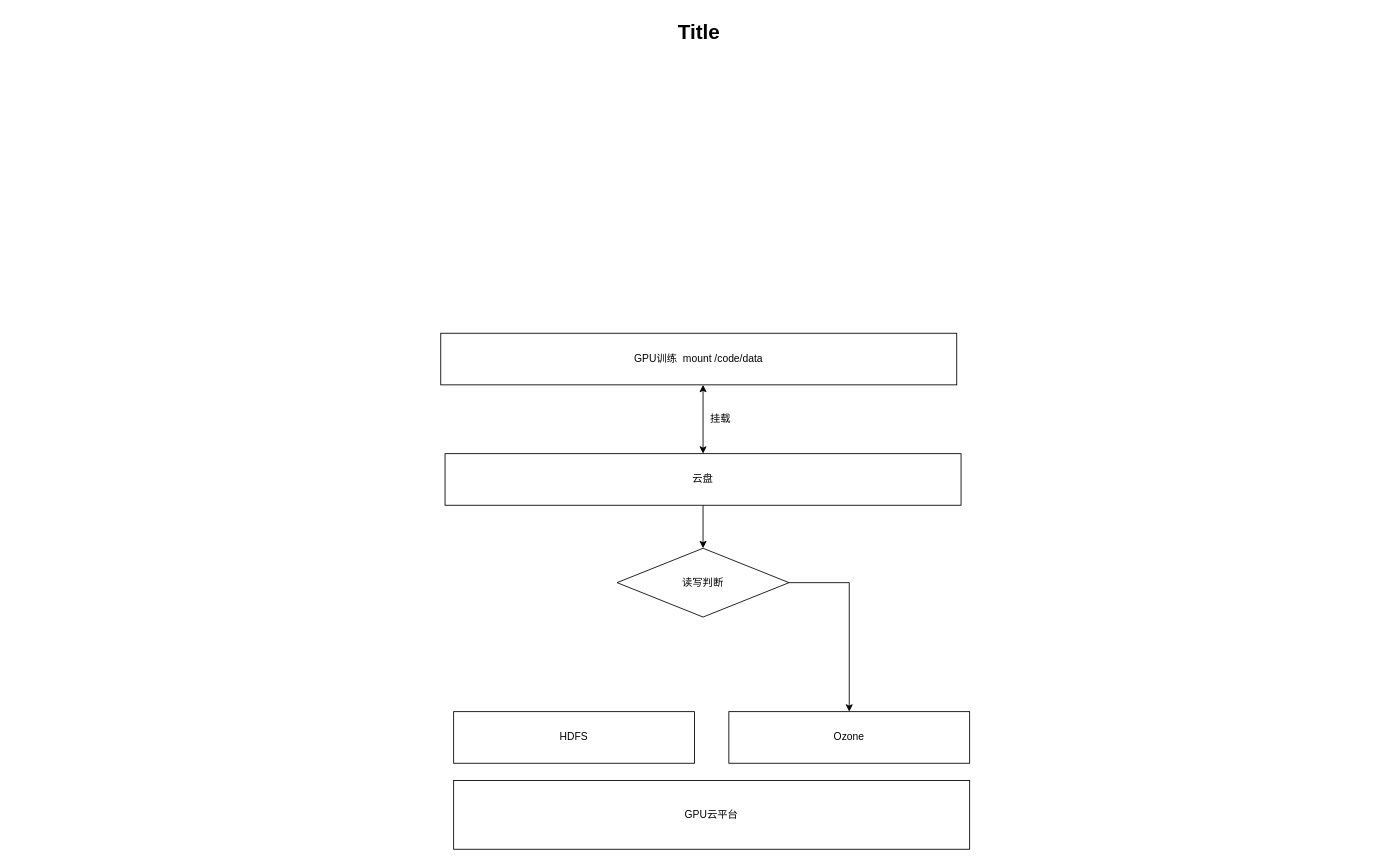
Mengqi777/drawioproject keeps this draw.io diagram as ozone/goozonefuseDiagram.drawio. Above is the earlier version. Source tidied: cells renumbered, new cells numbered last; positions are measured from the earlier drawing's top-left corner, leaving out a move shared by most shapes. Both pictures are drawn from the tidied source at 86%, with x=0, y=0 at pixel (15, 15).
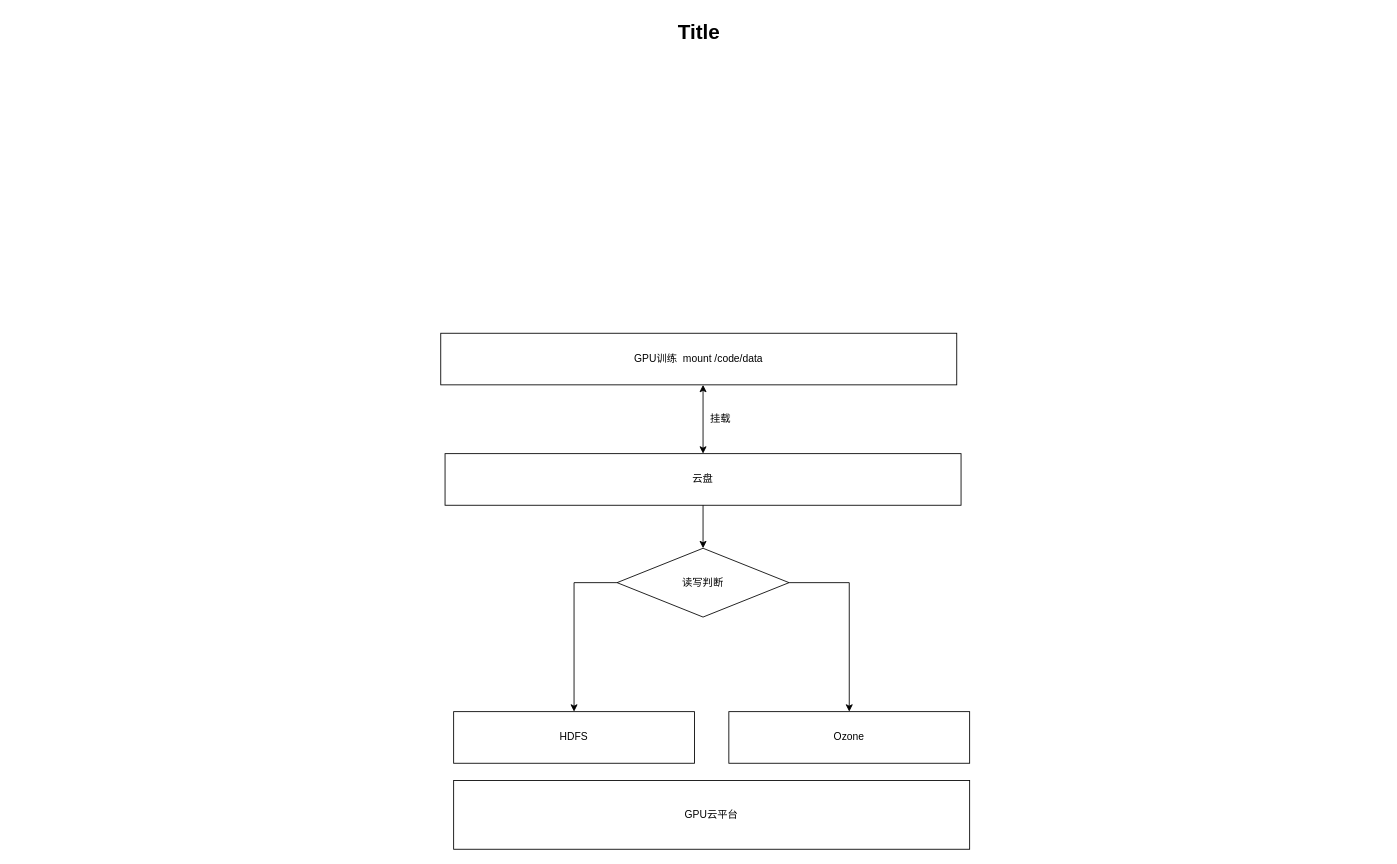
The same page after the edit.

What changed in the source:
```diff
@@
 <mxGraphModel>
   <root>
     <mxCell id="0" />
     <mxCell id="1" parent="0" />
     <mxCell id="2" value="Title" style="text;strokeColor=none;fillColor=none;html=1;fontSize=24;fontStyle=1;verticalAlign=middle;align=center;" parent="1" vertex="1">
       <mxGeometry width="1590" height="40" as="geometry" />
     </mxCell>
     <mxCell id="3" value="GPU云平台" style="rounded=0;whiteSpace=wrap;html=1;fillColor=none;" parent="1" vertex="1">
       <mxGeometry x="510" y="890" width="600" height="80" as="geometry" />
     </mxCell>
     <mxCell id="4" value="HDFS" style="rounded=0;whiteSpace=wrap;html=1;fillColor=none;" parent="1" vertex="1">
       <mxGeometry x="510" y="810" width="280" height="60" as="geometry" />
     </mxCell>
     <mxCell id="5" value="Ozone" style="rounded=0;whiteSpace=wrap;html=1;fillColor=none;" parent="1" vertex="1">
       <mxGeometry x="830" y="810" width="280" height="60" as="geometry" />
     </mxCell>
     <mxCell id="6" style="edgeStyle=orthogonalEdgeStyle;rounded=0;jettySize=auto;html=1;exitX=0.5;exitY=1;exitDx=0;exitDy=0;" parent="1" edge="1" source="7" target="12">
       <mxGeometry relative="1" as="geometry" />
     </mxCell>
     <mxCell id="7" value="云盘" style="rounded=0;whiteSpace=wrap;html=1;fillColor=none;" parent="1" vertex="1">
       <mxGeometry x="500" y="510" width="600" height="60" as="geometry" />
     </mxCell>
     <mxCell id="8" value="GPU训练&amp;nbsp; mount /code/data" style="rounded=0;whiteSpace=wrap;html=1;fillColor=none;" parent="1" vertex="1">
       <mxGeometry x="495" y="370" width="600" height="60" as="geometry" />
     </mxCell>
     <mxCell id="9" style="endArrow=classic;startArrow=classic;html=1;entryX=0.25;entryY=1;entryDx=0;entryDy=0;" parent="1" edge="1">
       <mxGeometry relative="1" as="geometry">
         <mxPoint x="800" y="510" as="sourcePoint" />
         <mxPoint x="800" y="430" as="targetPoint" />
       </mxGeometry>
     </mxCell>
     <mxCell id="10" value="挂载" style="text;html=1;align=center;verticalAlign=middle;" parent="1" vertex="1">
       <mxGeometry x="800" y="460" width="40" height="20" as="geometry" />
     </mxCell>
     <mxCell id="11" style="edgeStyle=orthogonalEdgeStyle;rounded=0;jettySize=auto;html=1;exitX=1;exitY=0.5;exitDx=0;exitDy=0;entryX=0.5;entryY=0;entryDx=0;entryDy=0;" parent="1" edge="1" source="12" target="5">
       <mxGeometry relative="1" as="geometry" />
     </mxCell>
+    <mxCell id="13" style="edgeStyle=orthogonalEdgeStyle;rounded=0;jettySize=auto;html=1;exitX=0;exitY=0.5;exitDx=0;exitDy=0;entryX=0.5;entryY=0;entryDx=0;entryDy=0;" parent="1" edge="1" source="12" target="4">
+      <mxGeometry relative="1" as="geometry" />
+    </mxCell>
     <mxCell id="12" value="读写判断" style="rhombus;whiteSpace=wrap;html=1;" parent="1" vertex="1">
       <mxGeometry x="700" y="620" width="200" height="80" as="geometry" />
     </mxCell>
   </root>
 </mxGraphModel>
```
